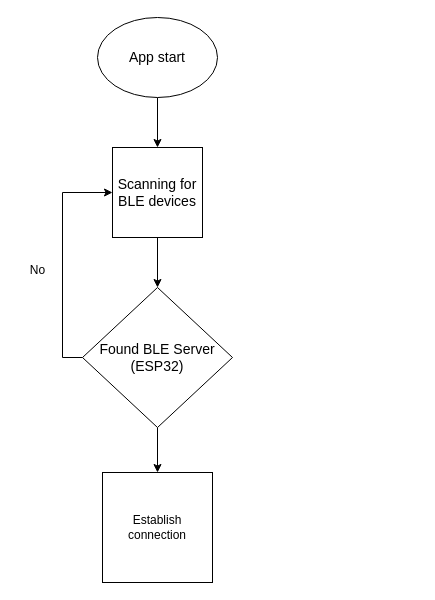
herbertbruyn/ECE477_HydraWise keeps this draw.io diagram as software_overview.drawio. Above is the earlier version. Source tidied: cells renumbered, new cells numbered last; positions are measured from the earlier drawing's top-left corner, leaving out a move shared by most shapes. Both pictures are drawn from the tidied source at 100%, with x=0, y=0 at pixel (17, 17).
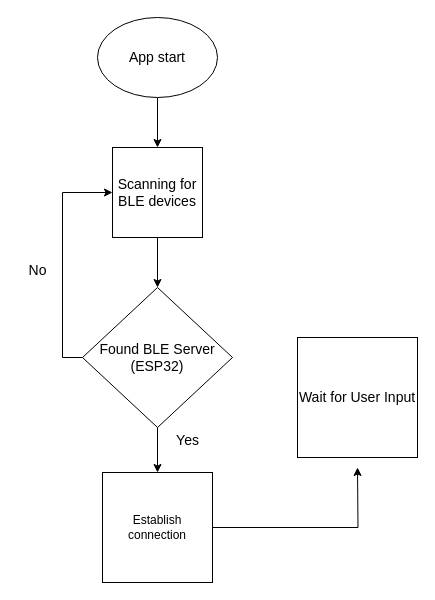
The same page after the edit.

Change to the diagram source:
```diff
@@
 <mxGraphModel>
   <root>
     <mxCell id="0" />
     <mxCell id="1" parent="0" />
     <mxCell id="2" style="edgeStyle=orthogonalEdgeStyle;rounded=0;jettySize=auto;html=1;exitX=0.5;exitY=1;exitDx=0;exitDy=0;entryX=0.5;entryY=0;entryDx=0;entryDy=0;" parent="1" edge="1" source="3" target="5">
       <mxGeometry relative="1" as="geometry" />
     </mxCell>
     <mxCell id="3" value="&lt;font style=&quot;font-size: 14px;&quot;&gt;App start&lt;/font&gt;" style="ellipse;whiteSpace=wrap;html=1;" parent="1" vertex="1">
       <mxGeometry x="80" width="120" height="80" as="geometry" />
     </mxCell>
     <mxCell id="4" style="edgeStyle=orthogonalEdgeStyle;rounded=0;jettySize=auto;html=1;exitX=0.5;exitY=1;exitDx=0;exitDy=0;entryX=0.5;entryY=0;entryDx=0;entryDy=0;" parent="1" edge="1" source="5" target="8">
       <mxGeometry relative="1" as="geometry" />
     </mxCell>
     <mxCell id="5" value="&lt;font style=&quot;font-size: 14px;&quot;&gt;Scanning for BLE devices&lt;/font&gt;" style="whiteSpace=wrap;html=1;" parent="1" vertex="1">
       <mxGeometry x="95" y="130" width="90" height="90" as="geometry" />
     </mxCell>
     <mxCell id="6" style="edgeStyle=orthogonalEdgeStyle;rounded=0;jettySize=auto;html=1;exitX=0;exitY=0.5;exitDx=0;exitDy=0;entryX=0;entryY=0.5;entryDx=0;entryDy=0;" parent="1" edge="1" source="8" target="5">
       <mxGeometry relative="1" as="geometry" />
     </mxCell>
     <mxCell id="7" style="edgeStyle=orthogonalEdgeStyle;rounded=0;jettySize=auto;html=1;exitX=0.5;exitY=1;exitDx=0;exitDy=0;" parent="1" edge="1" source="8" target="10">
       <mxGeometry relative="1" as="geometry" />
     </mxCell>
     <mxCell id="8" value="&lt;font style=&quot;font-size: 14px;&quot;&gt;Found BLE Server (ESP32)&lt;/font&gt;" style="rhombus;whiteSpace=wrap;html=1;" parent="1" vertex="1">
       <mxGeometry x="65" y="270" width="150" height="140" as="geometry" />
     </mxCell>
-    <mxCell id="9" value="No" style="text;html=1;align=center;verticalAlign=middle;strokeColor=none;fillColor=none;" parent="1" vertex="1">
+    <mxCell id="9" value="&lt;font style=&quot;font-size: 14px;&quot;&gt;No&lt;/font&gt;" style="text;html=1;align=center;verticalAlign=middle;strokeColor=none;fillColor=none;" parent="1" vertex="1">
       <mxGeometry y="238" width="40" height="30" as="geometry" />
     </mxCell>
+    <mxCell id="11" style="edgeStyle=orthogonalEdgeStyle;rounded=0;jettySize=auto;html=1;exitX=1;exitY=0.5;exitDx=0;exitDy=0;" parent="1" edge="1" source="10">
+      <mxGeometry relative="1" as="geometry">
+        <mxPoint x="340" y="450" as="targetPoint" />
+      </mxGeometry>
+    </mxCell>
     <mxCell id="10" value="Establish connection" style="whiteSpace=wrap;html=1;" parent="1" vertex="1">
       <mxGeometry x="85" y="455" width="110" height="110" as="geometry" />
     </mxCell>
+    <mxCell id="12" value="&lt;font style=&quot;font-size: 14px;&quot;&gt;Wait for User Input&lt;/font&gt;" style="whiteSpace=wrap;html=1;" parent="1" vertex="1">
+      <mxGeometry x="280" y="320" width="120" height="120" as="geometry" />
+    </mxCell>
+    <mxCell id="13" value="&lt;font style=&quot;font-size: 14px;&quot;&gt;Yes&lt;/font&gt;" style="text;html=1;align=center;verticalAlign=middle;strokeColor=none;fillColor=none;" parent="1" vertex="1">
+      <mxGeometry x="145" y="408" width="50" height="30" as="geometry" />
+    </mxCell>
   </root>
 </mxGraphModel>
```
